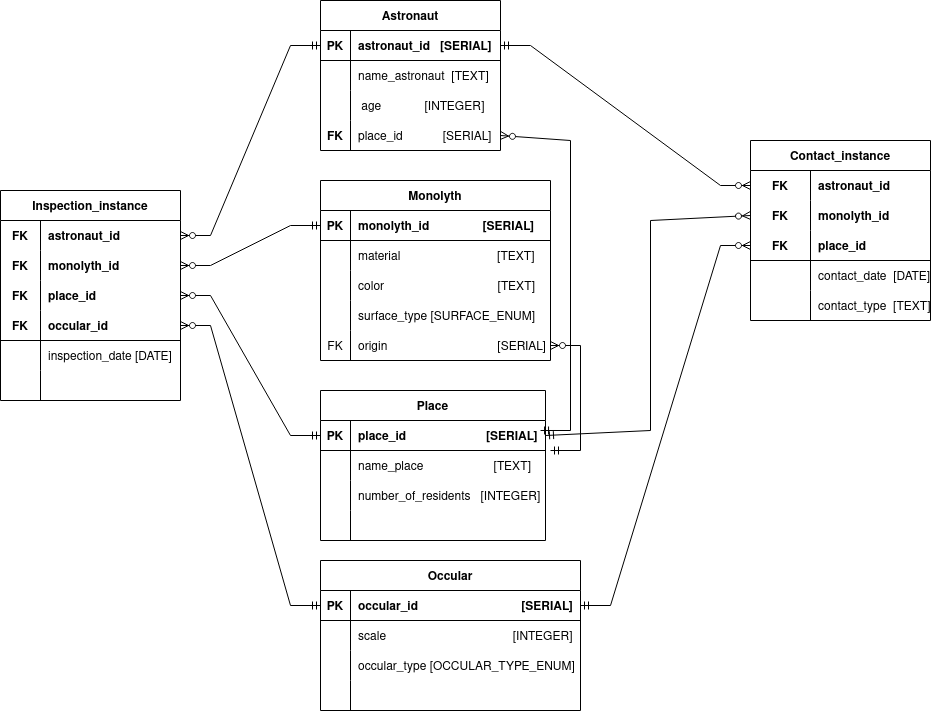
Above: Datalogic.png in usopshiy/BD_lab1 (draw.io), before the change. Source tidied: cells renumbered, new cells last; positions are measured from the earlier drawing's top-left corner, leaving out a move shared by most shapes.
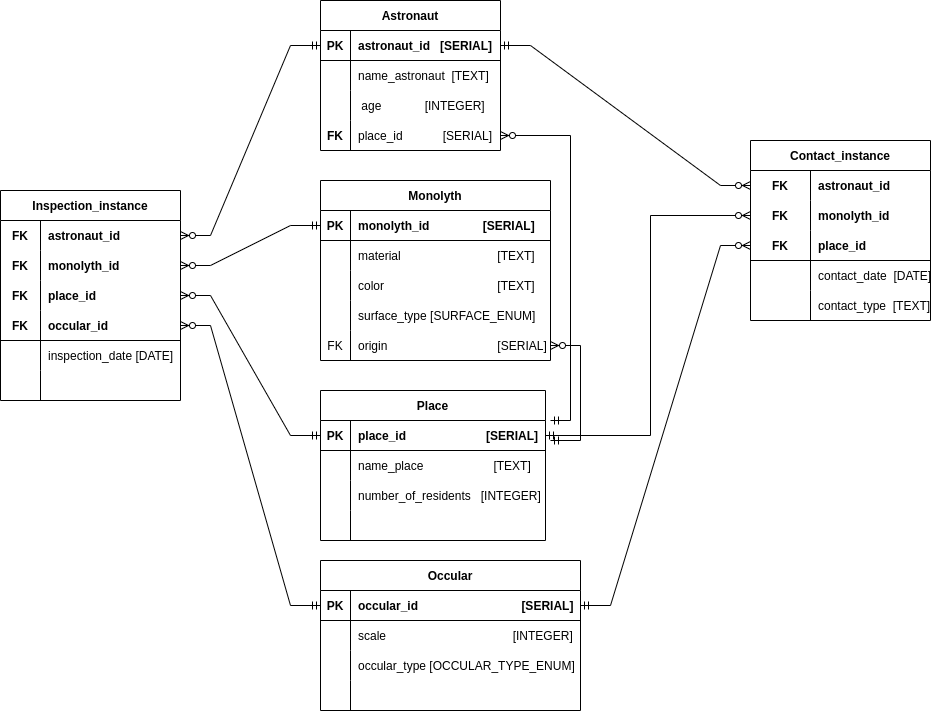
After the commit.

Change to the diagram source:
```diff
@@ -236,17 +236,18 @@
     <mxCell id="79" style="edgeStyle=entityRelationEdgeStyle;fontSize=12;html=1;endArrow=ERzeroToMany;startArrow=ERmandOne;rounded=0;entryX=1;entryY=0.5;entryDx=0;entryDy=0;exitX=0;exitY=0.5;exitDx=0;exitDy=0;" parent="1" edge="1" source="45" target="67">
       <mxGeometry relative="1" as="geometry" />
     </mxCell>
-    <mxCell id="80" style="fontSize=12;html=1;endArrow=ERzeroToMany;startArrow=ERmandOne;rounded=0;entryX=1;entryY=0.5;entryDx=0;entryDy=0;exitX=0.978;exitY=0.333;exitDx=0;exitDy=0;exitPerimeter=0;" parent="1" edge="1" source="16" target="12">
+    <mxCell id="80" style="fontSize=12;html=1;endArrow=ERzeroToMany;startArrow=ERmandOne;rounded=0;entryX=1;entryY=0.5;entryDx=0;entryDy=0;" parent="1" edge="1" target="12">
       <mxGeometry relative="1" as="geometry">
+        <mxPoint x="550" y="420" as="sourcePoint" />
         <Array as="points">
-          <mxPoint x="570" y="430" />
-          <mxPoint x="570" y="140" />
+          <mxPoint x="570" y="420" />
+          <mxPoint x="570" y="135" />
         </Array>
       </mxGeometry>
     </mxCell>
     <mxCell id="81" style="edgeStyle=entityRelationEdgeStyle;fontSize=12;html=1;endArrow=ERzeroToMany;startArrow=ERmandOne;rounded=0;entryX=1;entryY=0.5;entryDx=0;entryDy=0;" parent="1" edge="1" target="41">
       <mxGeometry relative="1" as="geometry">
-        <mxPoint x="550" y="450" as="sourcePoint" />
+        <mxPoint x="550" y="440" as="sourcePoint" />
       </mxGeometry>
     </mxCell>
     <mxCell id="82" value="Contact_instance" style="shape=table;startSize=30;rowLines=0;fontStyle=1;align=center;" parent="1" vertex="1">
@@ -303,8 +304,8 @@
     <mxCell id="99" style="fontSize=12;html=1;endArrow=ERzeroToMany;startArrow=ERmandOne;rounded=0;entryX=0;entryY=0.5;entryDx=0;entryDy=0;exitX=1;exitY=0.5;exitDx=0;exitDy=0;" parent="1" edge="1" source="16" target="86">
       <mxGeometry relative="1" as="geometry">
         <Array as="points">
-          <mxPoint x="650" y="430" />
-          <mxPoint x="650" y="220" />
+          <mxPoint x="650" y="435" />
+          <mxPoint x="650" y="215" />
         </Array>
       </mxGeometry>
     </mxCell>
```
